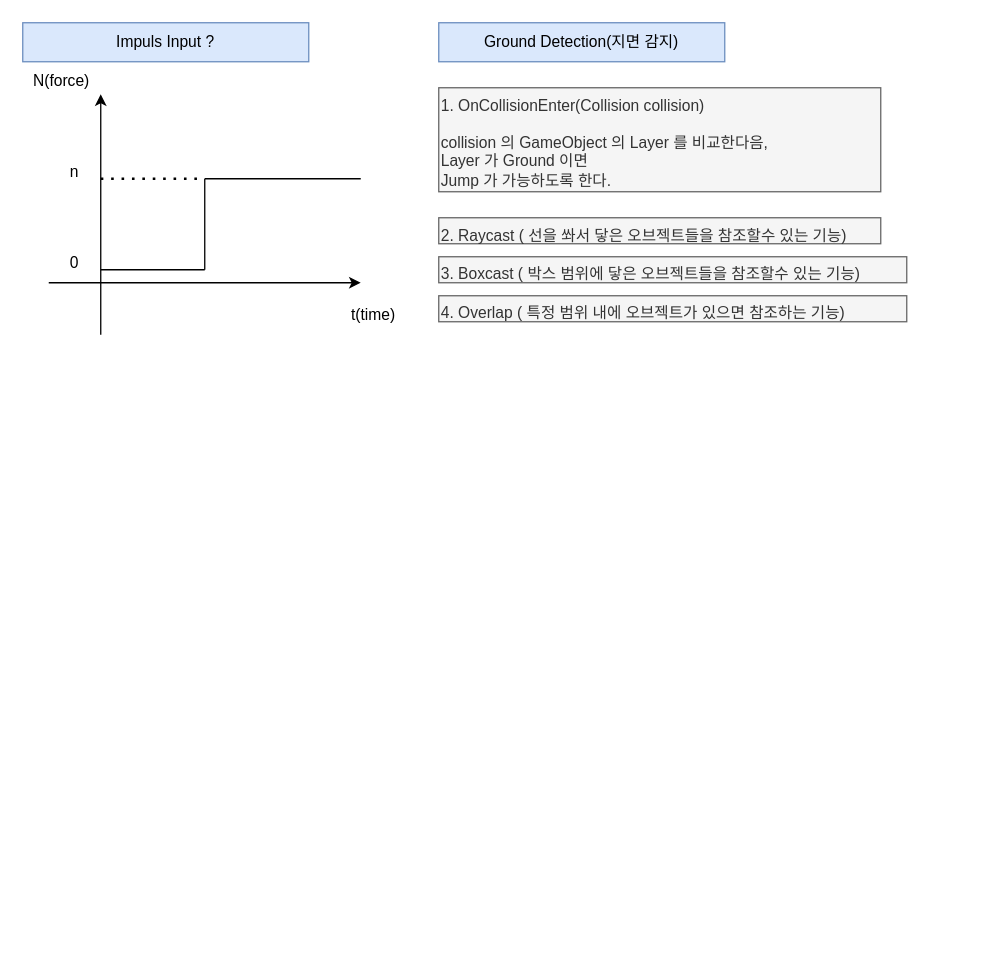
Above: Platformer2D/Physics.drawio in luke-youngmin-cho/UnityLessonBasic_1st (draw.io), before the change. Source tidied: cells renumbered, new cells numbered last; positions are measured from the earlier drawing's top-left corner, leaving out a move shared by most shapes. Both pictures are drawn from the tidied source at 130%, with x=0, y=0 at pixel (22, 22).
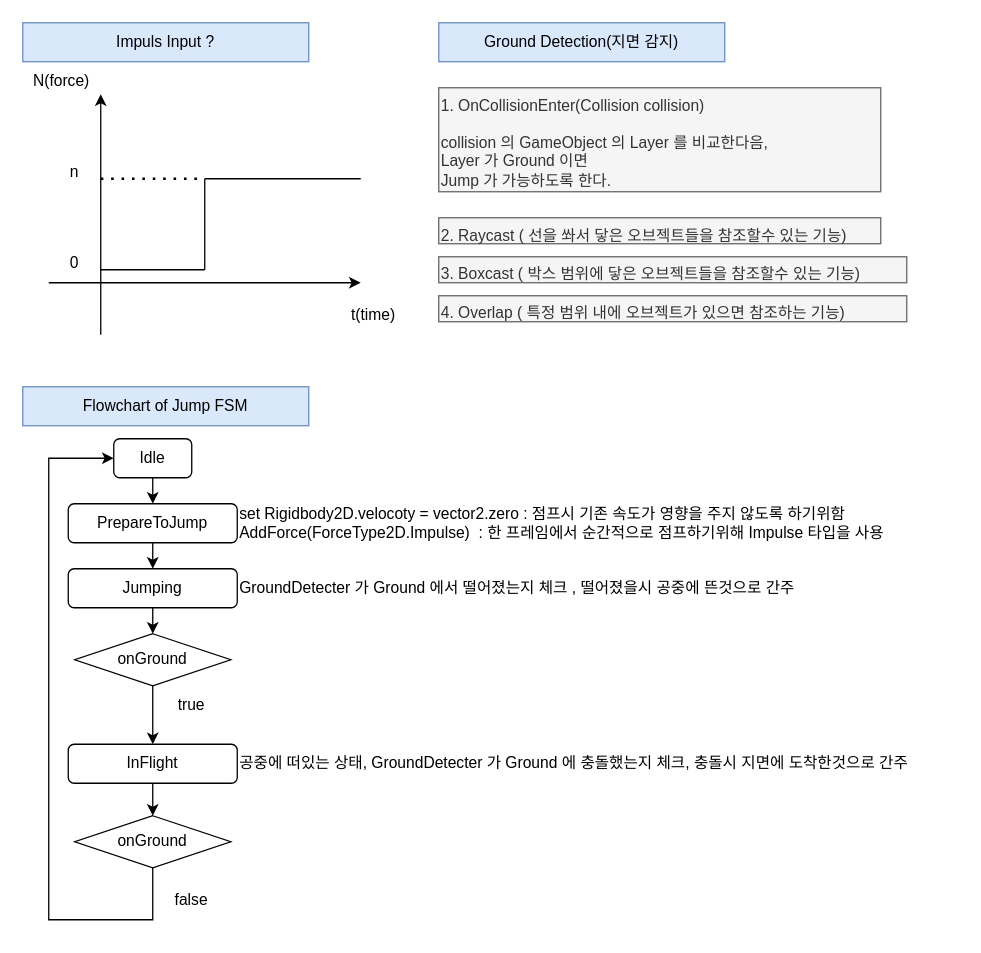
The same diagram, later.

Change to the diagram source:
```diff
@@
+    <mxCell id="18" value="Flowchart of Jump FSM" style="text;html=1;strokeColor=#6c8ebf;fillColor=#dae8fc;align=center;verticalAlign=middle;whiteSpace=wrap;rounded=0;" parent="1" vertex="1">
+      <mxGeometry y="280" width="220" height="30" as="geometry" />
+    </mxCell>
+    <mxCell id="19" value="Idle" style="rounded=1;whiteSpace=wrap;html=1;" parent="1" vertex="1">
+      <mxGeometry x="70" y="320" width="60" height="30" as="geometry" />
+    </mxCell>
+    <mxCell id="20" value="PrepareToJump" style="rounded=1;whiteSpace=wrap;html=1;" parent="1" vertex="1">
+      <mxGeometry x="35" y="370" width="130" height="30" as="geometry" />
+    </mxCell>
+    <mxCell id="21" value="Jumping" style="rounded=1;whiteSpace=wrap;html=1;" parent="1" vertex="1">
+      <mxGeometry x="35" y="420" width="130" height="30" as="geometry" />
+    </mxCell>
+    <mxCell id="22" value="InFlight" style="rounded=1;whiteSpace=wrap;html=1;" parent="1" vertex="1">
+      <mxGeometry x="35" y="555" width="130" height="30" as="geometry" />
+    </mxCell>
+    <mxCell id="23" value="set Rigidbody2D.velocoty = vector2.zero : 점프시 기존 속도가 영향을 주지 않도록 하기위함&lt;br&gt;AddForce(ForceType2D.Impulse)&amp;nbsp; : 한 프레임에서 순간적으로 점프하기위해 Impulse 타입을 사용" style="text;html=1;strokeColor=none;fillColor=none;align=left;verticalAlign=middle;whiteSpace=wrap;rounded=0;" parent="1" vertex="1">
+      <mxGeometry x="165" y="370" width="555" height="30" as="geometry" />
+    </mxCell>
+    <mxCell id="24" value="GroundDetecter 가 Ground 에서 떨어졌는지 체크 , 떨어졌을시 공중에 뜬것으로 간주" style="text;html=1;strokeColor=none;fillColor=none;align=left;verticalAlign=middle;whiteSpace=wrap;rounded=0;" parent="1" vertex="1">
+      <mxGeometry x="165" y="420" width="555" height="30" as="geometry" />
+    </mxCell>
+    <mxCell id="25" value="공중에 떠있는 상태, GroundDetecter 가 Ground 에 충돌했는지 체크, 충돌시 지면에 도착한것으로 간주" style="text;html=1;strokeColor=none;fillColor=none;align=left;verticalAlign=middle;whiteSpace=wrap;rounded=0;" parent="1" vertex="1">
+      <mxGeometry x="165" y="555" width="555" height="30" as="geometry" />
+    </mxCell>
+    <mxCell id="26" style="endArrow=classic;html=1;rounded=0;exitX=0.5;exitY=1;exitDx=0;exitDy=0;" parent="1" edge="1" source="19" target="20">
+      <mxGeometry relative="1" as="geometry" />
+    </mxCell>
+    <mxCell id="27" style="endArrow=classic;html=1;rounded=0;exitX=0.5;exitY=1;exitDx=0;exitDy=0;entryX=0.5;entryY=0;entryDx=0;entryDy=0;" parent="1" edge="1" source="20" target="21">
+      <mxGeometry relative="1" as="geometry" />
+    </mxCell>
+    <mxCell id="28" value="onGround" style="rhombus;whiteSpace=wrap;html=1;" parent="1" vertex="1">
+      <mxGeometry x="40" y="470" width="120" height="40" as="geometry" />
+    </mxCell>
+    <mxCell id="29" style="endArrow=classic;html=1;rounded=0;exitX=0.5;exitY=1;exitDx=0;exitDy=0;entryX=0.5;entryY=0;entryDx=0;entryDy=0;" parent="1" edge="1" source="21" target="28">
+      <mxGeometry relative="1" as="geometry" />
+    </mxCell>
+    <mxCell id="30" style="endArrow=classic;html=1;rounded=0;exitX=0.5;exitY=1;exitDx=0;exitDy=0;" parent="1" edge="1" source="28" target="22">
+      <mxGeometry relative="1" as="geometry" />
+    </mxCell>
+    <mxCell id="31" value="true" style="text;html=1;strokeColor=none;fillColor=none;align=center;verticalAlign=middle;whiteSpace=wrap;rounded=0;" parent="1" vertex="1">
+      <mxGeometry x="100" y="510" width="60" height="30" as="geometry" />
+    </mxCell>
+    <mxCell id="32" value="onGround" style="rhombus;whiteSpace=wrap;html=1;" parent="1" vertex="1">
+      <mxGeometry x="40" y="610" width="120" height="40" as="geometry" />
+    </mxCell>
+    <mxCell id="33" style="endArrow=classic;html=1;rounded=0;exitX=0.5;exitY=1;exitDx=0;exitDy=0;" parent="1" edge="1" source="22" target="32">
+      <mxGeometry relative="1" as="geometry" />
+    </mxCell>
+    <mxCell id="34" value="false" style="text;html=1;strokeColor=none;fillColor=none;align=center;verticalAlign=middle;whiteSpace=wrap;rounded=0;" parent="1" vertex="1">
+      <mxGeometry x="100" y="660" width="60" height="30" as="geometry" />
+    </mxCell>
+    <mxCell id="35" style="endArrow=classic;html=1;rounded=0;exitX=0.5;exitY=1;exitDx=0;exitDy=0;entryX=0;entryY=0.5;entryDx=0;entryDy=0;" parent="1" edge="1" source="32" target="19">
+      <mxGeometry relative="1" as="geometry">
+        <Array as="points">
+          <mxPoint x="100" y="690" />
+          <mxPoint x="20" y="690" />
+          <mxPoint x="20" y="335" />
+        </Array>
+      </mxGeometry>
+    </mxCell>
```
